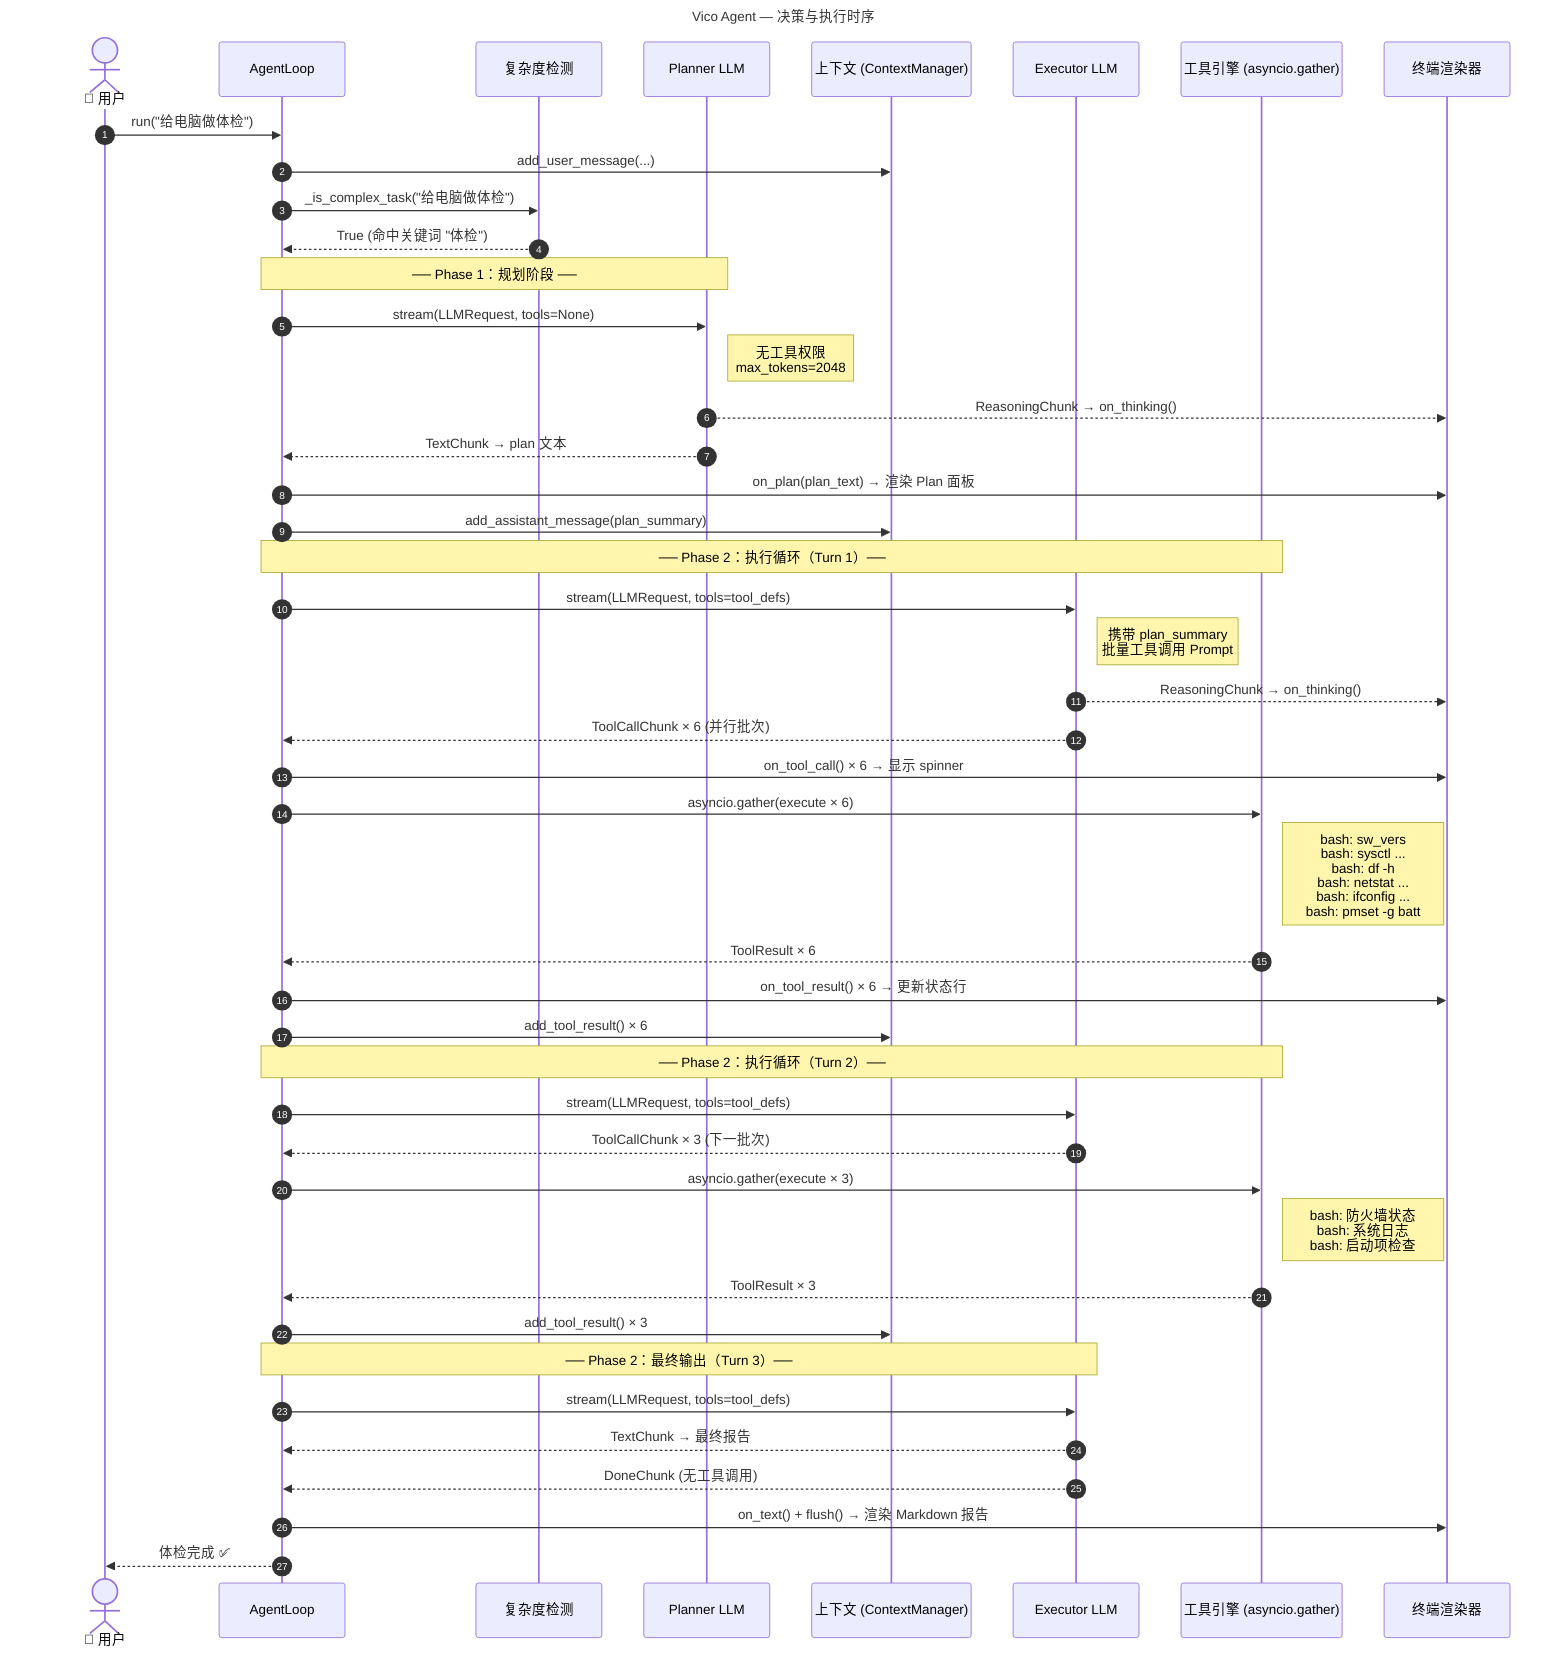
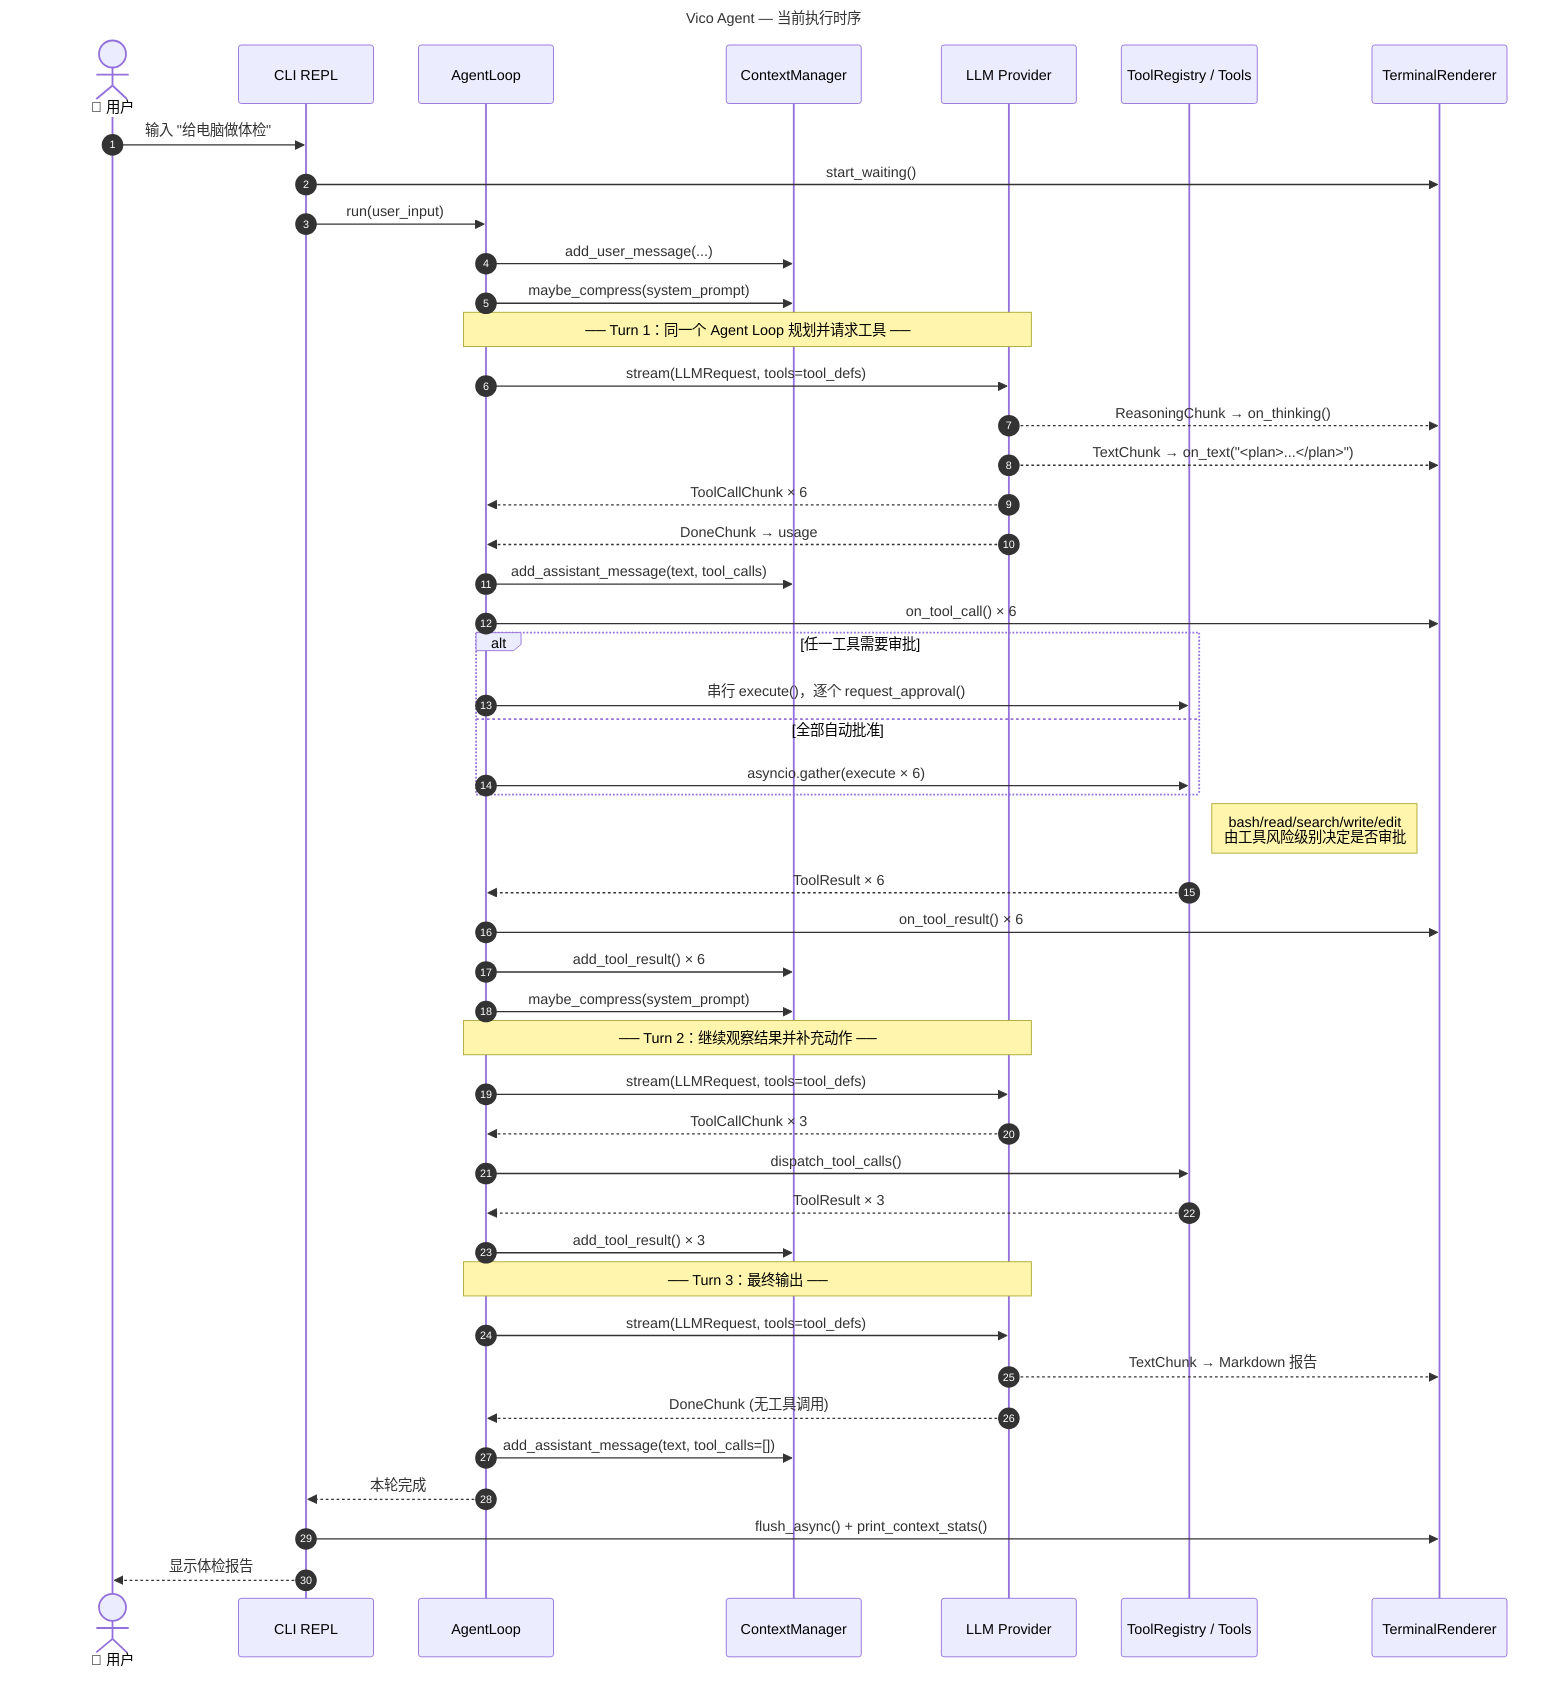
---
- title: "Vico Agent — 决策与执行时序"
+ title: "Vico Agent — 当前执行时序"
---
sequenceDiagram
    autonumber

    actor U as 👤 用户
+     participant REPL as CLI REPL
    participant AL as AgentLoop
-     participant DT as 复杂度检测
-     participant PL as Planner LLM
-     participant CTX as 上下文 (ContextManager)
-     participant EL as Executor LLM
-     participant TK as 工具引擎 (asyncio.gather)
-     participant UI as 终端渲染器
+     participant CTX as ContextManager
+     participant LLM as LLM Provider
+     participant TK as ToolRegistry / Tools
+     participant UI as TerminalRenderer

-     U->>AL: run("给电脑做体检")
+     U->>REPL: 输入 "给电脑做体检"
+     REPL->>UI: start_waiting()
+     REPL->>AL: run(user_input)
    AL->>CTX: add_user_message(...)
-     AL->>DT: _is_complex_task("给电脑做体检")
-     DT-->>AL: True (命中关键词 "体检")
+     AL->>CTX: maybe_compress(system_prompt)

-     Note over AL,PL: ── Phase 1：规划阶段 ──
+     Note over AL,LLM: ── Turn 1：同一个 Agent Loop 规划并请求工具 ──

-     AL->>PL: stream(LLMRequest, tools=None)
-     Note right of PL: 无工具权限<br/>max_tokens=2048
-     PL-->>UI: ReasoningChunk → on_thinking()
-     PL-->>AL: TextChunk → plan 文本
-     AL->>UI: on_plan(plan_text) → 渲染 Plan 面板
-     AL->>CTX: add_assistant_message(plan_summary)
+     AL->>LLM: stream(LLMRequest, tools=tool_defs)
+     LLM-->>UI: ReasoningChunk → on_thinking()
+     LLM-->>UI: TextChunk → on_text("<plan>...</plan>")
+     LLM-->>AL: ToolCallChunk × 6
+     LLM-->>AL: DoneChunk → usage
+     AL->>CTX: add_assistant_message(text, tool_calls)
+     AL->>UI: on_tool_call() × 6

-     Note over AL,TK: ── Phase 2：执行循环（Turn 1）──
+     alt 任一工具需要审批
+         AL->>TK: 串行 execute()，逐个 request_approval()
+     else 全部自动批准
+         AL->>TK: asyncio.gather(execute × 6)
+     end

-     AL->>EL: stream(LLMRequest, tools=tool_defs)
-     Note right of EL: 携带 plan_summary<br/>批量工具调用 Prompt
-     EL-->>UI: ReasoningChunk → on_thinking()
-     EL-->>AL: ToolCallChunk × 6 (并行批次)
-     AL->>UI: on_tool_call() × 6 → 显示 spinner
+     Note right of TK: bash/read/search/write/edit<br/>由工具风险级别决定是否审批
+     TK-->>AL: ToolResult × 6
+     AL->>UI: on_tool_result() × 6
+     AL->>CTX: add_tool_result() × 6
+     AL->>CTX: maybe_compress(system_prompt)

-     AL->>TK: asyncio.gather(execute × 6)
-     Note right of TK: bash: sw_vers<br/>bash: sysctl ...<br/>bash: df -h<br/>bash: netstat ...<br/>bash: ifconfig ...<br/>bash: pmset -g batt
-     TK-->>AL: ToolResult × 6
-     AL->>UI: on_tool_result() × 6 → 更新状态行
-     AL->>CTX: add_tool_result() × 6
+     Note over AL,LLM: ── Turn 2：继续观察结果并补充动作 ──

-     Note over AL,TK: ── Phase 2：执行循环（Turn 2）──
- 
-     AL->>EL: stream(LLMRequest, tools=tool_defs)
-     EL-->>AL: ToolCallChunk × 3 (下一批次)
-     AL->>TK: asyncio.gather(execute × 3)
-     Note right of TK: bash: 防火墙状态<br/>bash: 系统日志<br/>bash: 启动项检查
+     AL->>LLM: stream(LLMRequest, tools=tool_defs)
+     LLM-->>AL: ToolCallChunk × 3
+     AL->>TK: dispatch_tool_calls()
    TK-->>AL: ToolResult × 3
    AL->>CTX: add_tool_result() × 3

-     Note over AL,EL: ── Phase 2：最终输出（Turn 3）──
+     Note over AL,LLM: ── Turn 3：最终输出 ──

-     AL->>EL: stream(LLMRequest, tools=tool_defs)
-     EL-->>AL: TextChunk → 最终报告
-     EL-->>AL: DoneChunk (无工具调用)
-     AL->>UI: on_text() + flush() → 渲染 Markdown 报告
- 
-     AL-->>U: 体检完成 ✅
+     AL->>LLM: stream(LLMRequest, tools=tool_defs)
+     LLM-->>UI: TextChunk → Markdown 报告
+     LLM-->>AL: DoneChunk (无工具调用)
+     AL->>CTX: add_assistant_message(text, tool_calls=[])
+     AL-->>REPL: 本轮完成
+     REPL->>UI: flush_async() + print_context_stats()
+     REPL-->>U: 显示体检报告
